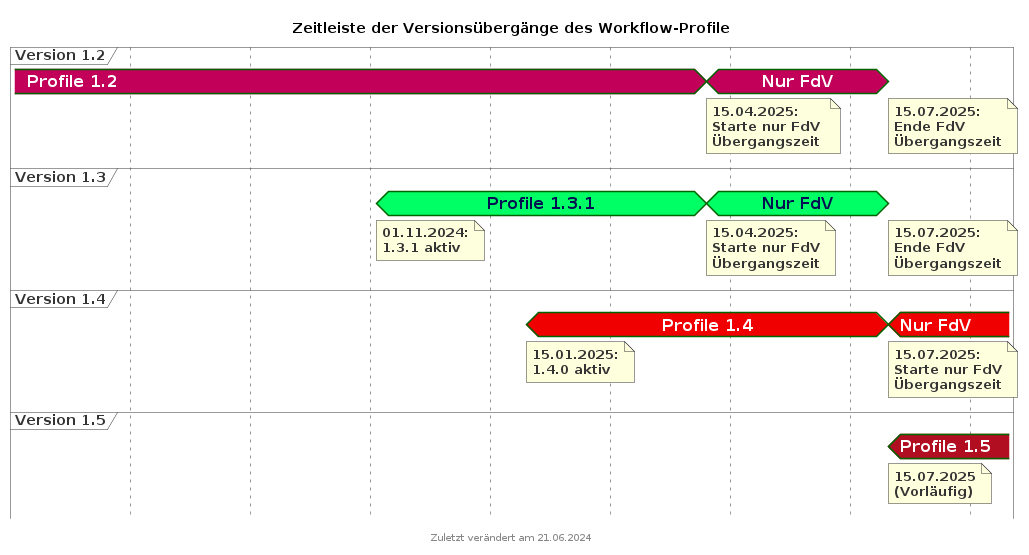
The PlantUML diagram images/puml_workflow_profile_version_timeline.png in gematik/api-erp, before a commit.
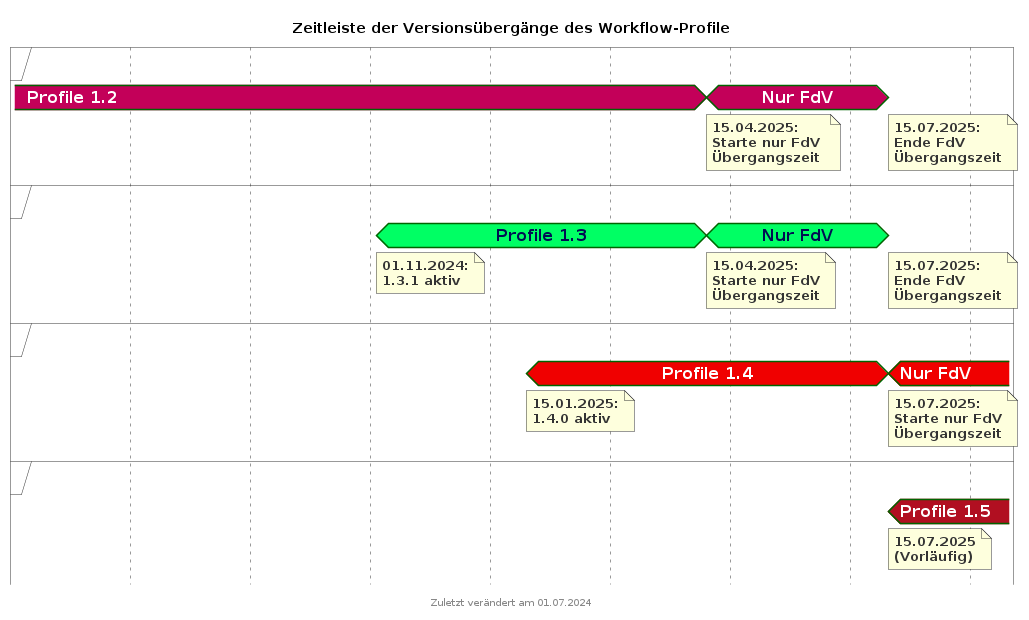
Above is the later version.

The edit, as a diff of the source:
```diff
@@ -31,12 +31,12 @@
 }
 </style>
 title Zeitleiste der Versionsübergänge des Workflow-Profile
-footer Zuletzt verändert am 21.06.2024
+footer Zuletzt verändert am 01.07.2024
 
-concise "Version 1.2" as V120 <<12color>>
-concise "Version 1.3" as V130 <<13color>>
-concise "Version 1.4" as V140 <<14color>>
-concise "Version 1.5" as V150 <<15color>>
+concise "\n" as V120 <<12color>>
+concise "\n" as V130 <<13color>>
+concise "\n" as V140 <<14color>>
+concise "\n" as V150 <<15color>>
 
 scale 5184000 as 120 pixels
 hide time-axis
@@ -46,7 +46,7 @@
 @2024/07/01
 
 @2024/11/01
-V130 is "Profile 1.3.1"
+V130 is "Profile 1.3"
 note bottom of V130 : 01.11.2024:\n1.3.1 aktiv
 
 @2025/01/15
```
